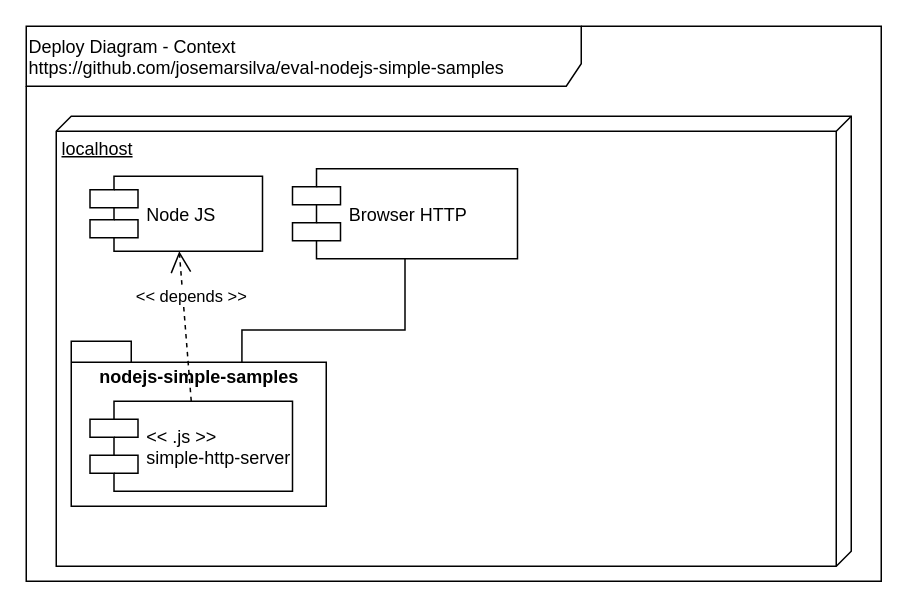
Before: doc/DeployDiagram-Context.drawio in josemarsilva/eval-nodejs-simple-samples, a draw.io diagram. Source tidied: cells renumbered, new cells numbered last; positions are measured from the earlier drawing's top-left corner, leaving out a move shared by most shapes. Both pictures are drawn from the tidied source at 150%, with x=0, y=0 at pixel (26, 26).
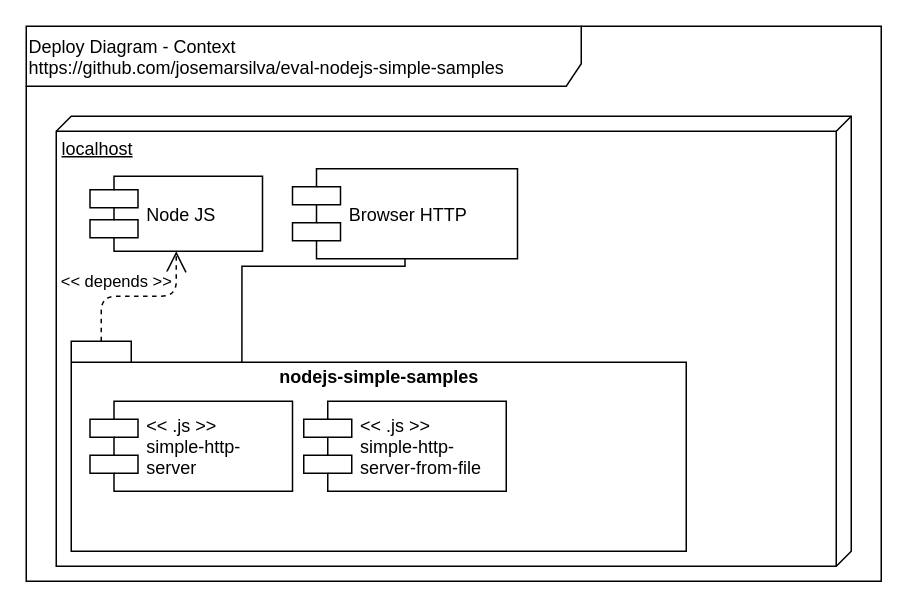
The same page after the edit.

Commit message (it also covers changes not shown here):
update doc UseCase e Deploy

Diff of the diagram source:
```diff
@@
 <mxGraphModel>
   <root>
     <mxCell id="0" />
     <mxCell id="1" parent="0" />
     <mxCell id="2" value="Deploy Diagram - Context&lt;br&gt;https://github.com/josemarsilva/eval-nodejs-simple-samples" style="shape=umlFrame;whiteSpace=wrap;html=1;width=370;height=40;verticalAlign=top;align=left;" parent="1" vertex="1">
       <mxGeometry width="570" height="370" as="geometry" />
     </mxCell>
     <mxCell id="3" value="localhost" style="verticalAlign=top;align=left;spacingTop=8;spacingLeft=2;spacingRight=12;shape=cube;size=10;direction=south;fontStyle=4;html=1;" parent="1" vertex="1">
       <mxGeometry x="20" y="60" width="530" height="300" as="geometry" />
     </mxCell>
     <mxCell id="4" value="Node JS" style="shape=component;align=left;spacingLeft=36;" parent="1" vertex="1">
       <mxGeometry x="42.5" y="100" width="115" height="50" as="geometry" />
     </mxCell>
     <mxCell id="5" style="edgeStyle=orthogonalEdgeStyle;rounded=0;jettySize=auto;html=1;endArrow=none;endFill=0;entryX=0.75;entryY=0;entryDx=0;entryDy=0;" parent="1" edge="1" source="6" target="8">
-      <mxGeometry relative="1" as="geometry" />
+      <mxGeometry relative="1" as="geometry">
+        <Array as="points">
+          <mxPoint x="253" y="160" />
+          <mxPoint x="144" y="160" />
+        </Array>
+      </mxGeometry>
     </mxCell>
     <mxCell id="6" value="Browser HTTP" style="shape=component;align=left;spacingLeft=36;" parent="1" vertex="1">
       <mxGeometry x="177.5" y="95" width="150" height="60" as="geometry" />
     </mxCell>
     <mxCell id="7" value="nodejs-simple-samples" style="shape=folder;fontStyle=1;spacingTop=10;tabWidth=40;tabHeight=14;tabPosition=left;html=1;verticalAlign=top;" parent="1" vertex="1">
-      <mxGeometry x="30" y="210" width="170" height="110" as="geometry" />
+      <mxGeometry x="30" y="210" width="410" height="140" as="geometry" />
     </mxCell>
-    <mxCell id="8" value="&lt;&lt; .js &gt;&gt;&#10;simple-http-server" style="shape=component;align=left;spacingLeft=36;" parent="1" vertex="1">
+    <mxCell id="8" value="&lt;&lt; .js &gt;&gt;&#10;simple-http-&#10;server" style="shape=component;align=left;spacingLeft=36;" parent="1" vertex="1">
       <mxGeometry x="42.5" y="250" width="135" height="60" as="geometry" />
     </mxCell>
-    <mxCell id="9" value="&amp;lt;&amp;lt; depends &amp;gt;&amp;gt;" style="endArrow=open;endSize=12;dashed=1;html=1;exitX=0.5;exitY=0;exitDx=0;exitDy=0;" parent="1" edge="1" source="8" target="4">
-      <mxGeometry x="0.39" y="-6" relative="1" as="geometry" />
+    <mxCell id="9" value="&amp;lt;&amp;lt; depends &amp;gt;&amp;gt;" style="endArrow=open;endSize=12;dashed=1;html=1;exitX=0;exitY=0;exitDx=20;exitDy=0;exitPerimeter=0;edgeStyle=orthogonalEdgeStyle;" parent="1" edge="1" source="7" target="4">
+      <mxGeometry x="-0.45" y="-14" relative="1" as="geometry">
+        <mxPoint x="10" y="-24" as="offset" />
+      </mxGeometry>
     </mxCell>
+    <mxCell id="10" value="&lt;&lt; .js &gt;&gt;&#10;simple-http-&#10;server-from-file" style="shape=component;align=left;spacingLeft=36;" parent="1" vertex="1">
+      <mxGeometry x="185" y="250" width="135" height="60" as="geometry" />
+    </mxCell>
   </root>
 </mxGraphModel>
```
